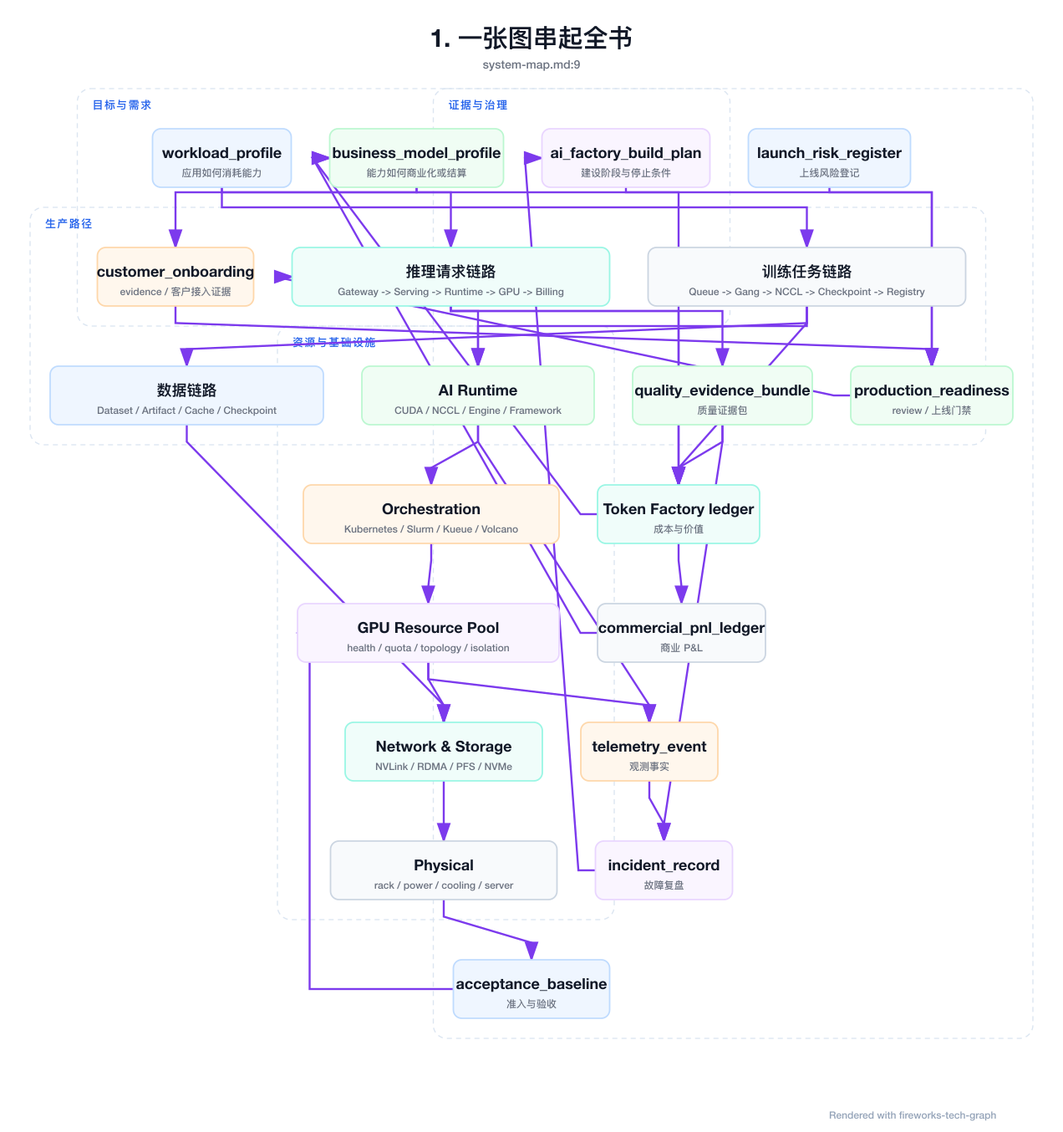
The Mermaid diagram docs/assets/diagrams/system-map-01.png in ikingye/ai-factory-engineering, before a commit. Its source is kept beside it as docs/assets/diagrams/sources/system-map-01.mmd. The source it was exported from:
```mermaid
flowchart TB
  subgraph Demand["目标与需求"]
    WP["workload_profile\n应用如何消耗能力"]
    BMP["business_model_profile\n能力如何商业化或结算"]
    COE["customer_onboarding_evidence\n客户接入证据"]
    BP["ai_factory_build_plan\n建设阶段与停止条件"]
  end

  subgraph Production["生产路径"]
    Req["推理请求链路\nGateway -> Serving -> Runtime -> GPU -> Billing"]
    Train["训练任务链路\nQueue -> Gang -> NCCL -> Checkpoint -> Registry"]
    Data["数据链路\nDataset / Artifact / Cache / Checkpoint"]
  end

  subgraph Resource["资源与基础设施"]
    Runtime["AI Runtime\nCUDA / NCCL / Engine / Framework"]
    Sched["Orchestration\nKubernetes / Slurm / Kueue / Volcano"]
    Pool["GPU Resource Pool\nhealth / quota / topology / isolation"]
    Fabric["Network & Storage\nNVLink / RDMA / PFS / NVMe"]
    Physical["Physical\nrack / power / cooling / server"]
  end

  subgraph Evidence["证据与治理"]
    Baseline["acceptance_baseline\n准入与验收"]
    Quality["quality_evidence_bundle\n质量证据包"]
    Telemetry["telemetry_event\n观测事实"]
    Incident["incident_record\n故障复盘"]
    Ledger["Token Factory ledger\n成本与价值"]
    PNL["commercial_pnl_ledger\n商业 P&L"]
    Risk["launch_risk_register\n上线风险登记"]
    PRR["production_readiness_review\n上线门禁"]
  end

  WP --> Req
  WP --> Train
  BMP --> Ledger
  BMP --> COE
  COE --> PRR
  BP --> PRR
  Risk --> PRR
  Req --> Runtime --> Sched --> Pool --> Fabric --> Physical
  Train --> Runtime
  Train --> Data --> Fabric
  Physical --> Baseline --> Pool
  Pool --> Telemetry
  Runtime --> Telemetry
  Req --> Quality
  Quality --> Incident
  Quality --> Ledger
  Req --> Ledger
  Train --> Ledger
  Ledger --> PNL
  PNL --> BMP
  Telemetry --> Incident --> BP
  Ledger --> BMP
  PRR --> Req
```
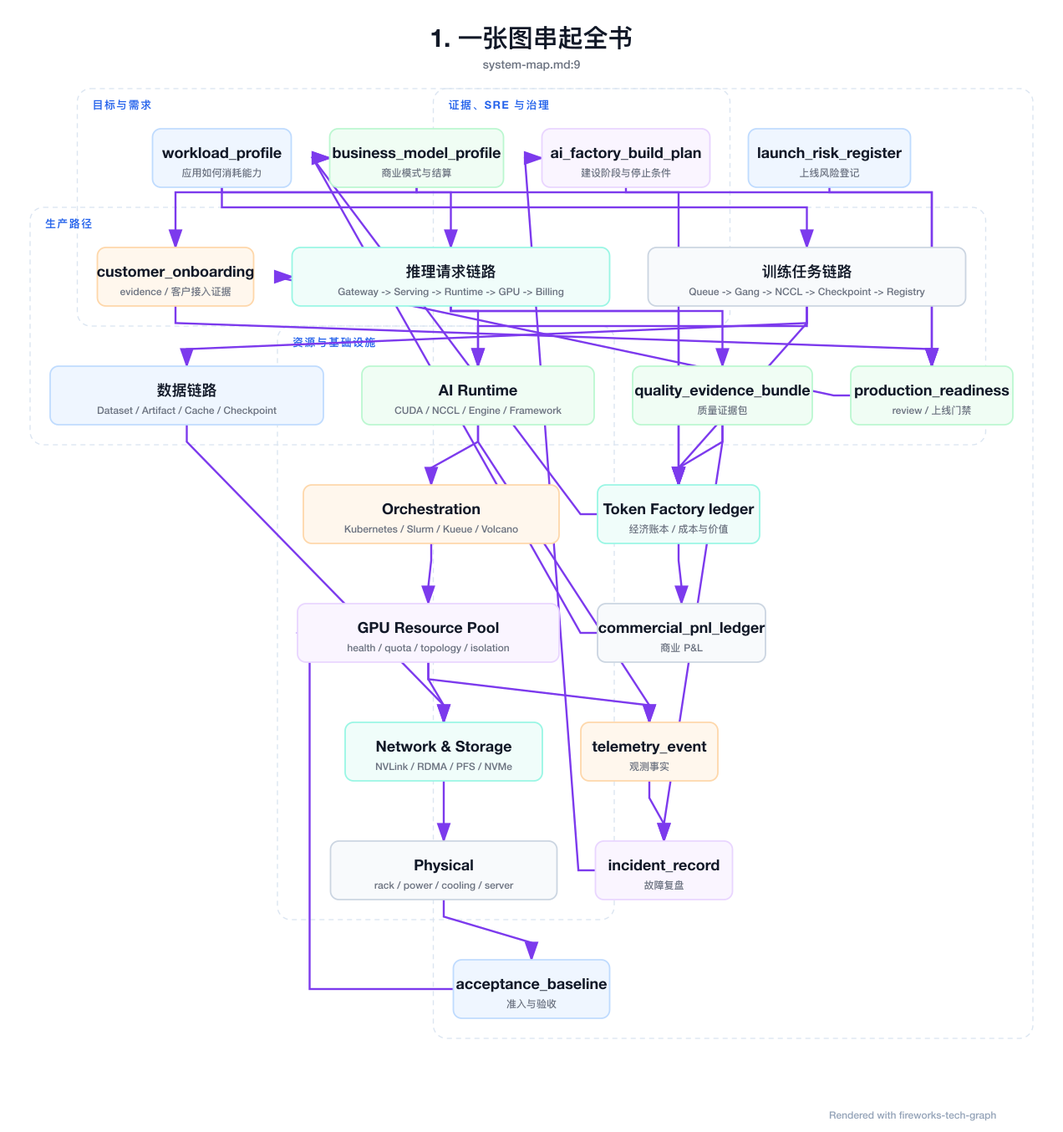
The same file after the commit.

Commit message:
docs: tighten communication and system map review

The edit, as a diff of the source:
```diff
@@ -1,7 +1,7 @@
 flowchart TB
   subgraph Demand["目标与需求"]
     WP["workload_profile\n应用如何消耗能力"]
-    BMP["business_model_profile\n能力如何商业化或结算"]
+    BMP["business_model_profile\n商业模式与结算"]
     COE["customer_onboarding_evidence\n客户接入证据"]
     BP["ai_factory_build_plan\n建设阶段与停止条件"]
   end
@@ -20,12 +20,12 @@
     Physical["Physical\nrack / power / cooling / server"]
   end
 
-  subgraph Evidence["证据与治理"]
+  subgraph Evidence["证据、SRE 与治理"]
     Baseline["acceptance_baseline\n准入与验收"]
     Quality["quality_evidence_bundle\n质量证据包"]
     Telemetry["telemetry_event\n观测事实"]
     Incident["incident_record\n故障复盘"]
-    Ledger["Token Factory ledger\n成本与价值"]
+    Ledger["Token Factory ledger\n经济账本 / 成本与价值"]
     PNL["commercial_pnl_ledger\n商业 P&L"]
     Risk["launch_risk_register\n上线风险登记"]
     PRR["production_readiness_review\n上线门禁"]
```
